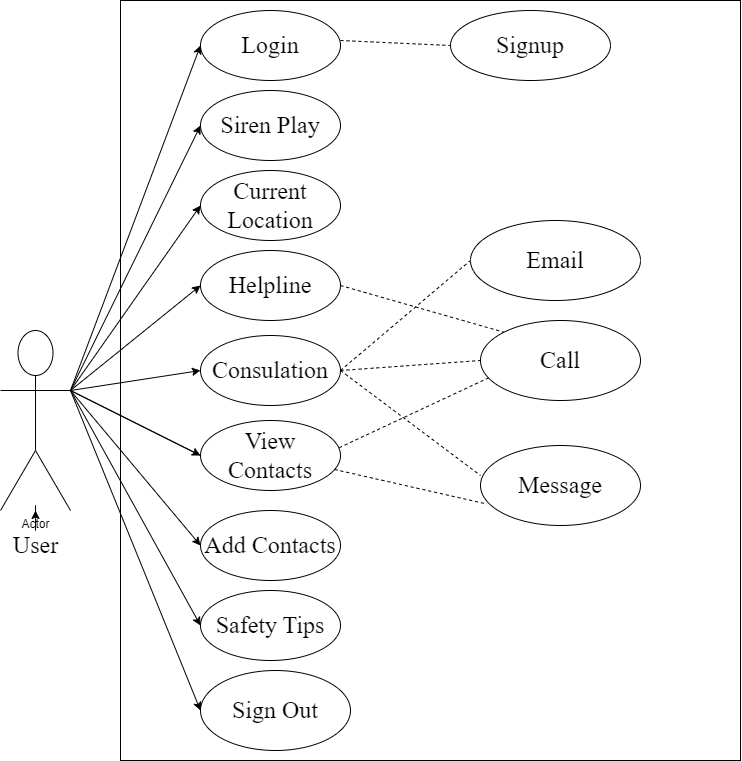
Above: Untitled Diagram.drawio.png in SyedaZarin/SafetyTips (draw.io), before the change. Source tidied: cells renumbered, new cells last; positions are measured from the earlier drawing's top-left corner, leaving out a move shared by most shapes.
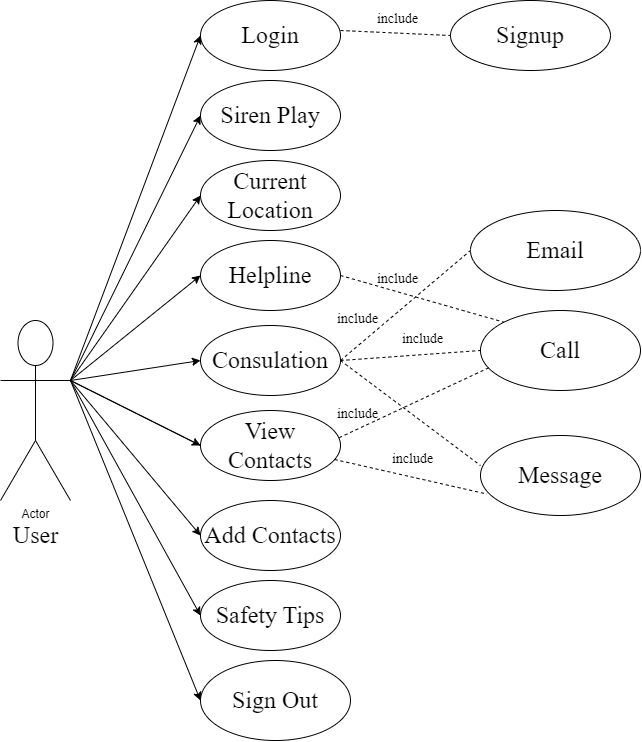
After the change.

Change to the diagram source:
```diff
@@ -2,15 +2,9 @@
   <root>
     <mxCell id="0" />
     <mxCell id="1" parent="0" />
-    <mxCell id="2" style="rounded=0;whiteSpace=wrap;html=1;" parent="1" vertex="1">
-      <mxGeometry x="120" width="620" height="760" as="geometry" />
-    </mxCell>
     <mxCell id="3" value="Actor" style="shape=umlActor;verticalLabelPosition=bottom;verticalAlign=top;html=1;outlineConnect=0;" parent="1" vertex="1">
       <mxGeometry y="330" width="70" height="180" as="geometry" />
     </mxCell>
-    <mxCell id="4" style="edgeStyle=orthogonalEdgeStyle;rounded=0;jettySize=auto;html=1;" parent="1" edge="1" source="5" target="3">
-      <mxGeometry relative="1" as="geometry" />
-    </mxCell>
     <mxCell id="5" value="&lt;font style=&quot;font-size: 24px;&quot; face=&quot;Times New Roman&quot;&gt;User&lt;/font&gt;" style="text;html=1;align=center;verticalAlign=middle;points=[];strokeColor=none;fillColor=none;" parent="1" vertex="1">
       <mxGeometry y="525" width="70" height="40" as="geometry" />
     </mxCell>
@@ -129,5 +123,23 @@
         <mxPoint x="340" y="40" as="sourcePoint" />
       </mxGeometry>
     </mxCell>
+    <mxCell id="36" value="&lt;font style=&quot;font-size: 14px;&quot;&gt;include&lt;/font&gt;" style="text;html=1;strokeColor=none;fillColor=none;align=center;verticalAlign=middle;whiteSpace=wrap;rounded=0;fontSize=24;fontFamily=Times New Roman;" parent="1" vertex="1">
+      <mxGeometry x="370" y="10" width="55" height="30" as="geometry" />
+    </mxCell>
+    <mxCell id="37" value="&lt;font style=&quot;font-size: 14px;&quot;&gt;include&lt;/font&gt;" style="text;html=1;strokeColor=none;fillColor=none;align=center;verticalAlign=middle;whiteSpace=wrap;rounded=0;fontSize=24;fontFamily=Times New Roman;" parent="1" vertex="1">
+      <mxGeometry x="370" y="270" width="55" height="30" as="geometry" />
+    </mxCell>
+    <mxCell id="38" value="&lt;font style=&quot;font-size: 14px;&quot;&gt;include&lt;/font&gt;" style="text;html=1;strokeColor=none;fillColor=none;align=center;verticalAlign=middle;whiteSpace=wrap;rounded=0;fontSize=24;fontFamily=Times New Roman;" parent="1" vertex="1">
+      <mxGeometry x="330" y="310" width="55" height="30" as="geometry" />
+    </mxCell>
+    <mxCell id="39" value="&lt;font style=&quot;font-size: 14px;&quot;&gt;include&lt;/font&gt;" style="text;html=1;strokeColor=none;fillColor=none;align=center;verticalAlign=middle;whiteSpace=wrap;rounded=0;fontSize=24;fontFamily=Times New Roman;" parent="1" vertex="1">
+      <mxGeometry x="395" y="330" width="55" height="30" as="geometry" />
+    </mxCell>
+    <mxCell id="40" value="&lt;font style=&quot;font-size: 14px;&quot;&gt;include&lt;/font&gt;" style="text;html=1;strokeColor=none;fillColor=none;align=center;verticalAlign=middle;whiteSpace=wrap;rounded=0;fontSize=24;fontFamily=Times New Roman;" parent="1" vertex="1">
+      <mxGeometry x="385" y="450" width="55" height="30" as="geometry" />
+    </mxCell>
+    <mxCell id="41" value="&lt;font style=&quot;font-size: 14px;&quot;&gt;include&lt;/font&gt;" style="text;html=1;strokeColor=none;fillColor=none;align=center;verticalAlign=middle;whiteSpace=wrap;rounded=0;fontSize=24;fontFamily=Times New Roman;" parent="1" vertex="1">
+      <mxGeometry x="330" y="405" width="55" height="30" as="geometry" />
+    </mxCell>
   </root>
 </mxGraphModel>
```
